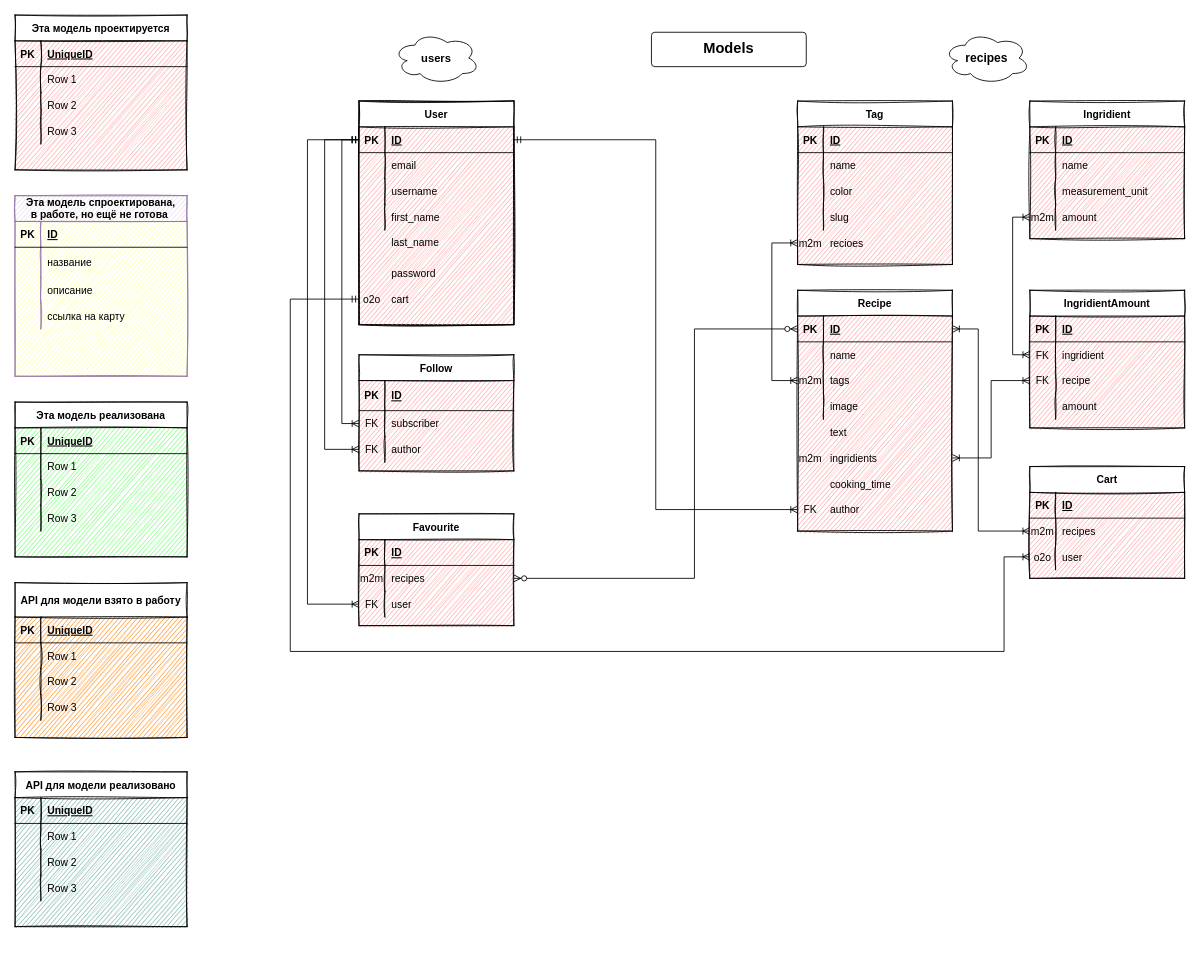
evi1ghost/foodgram-project-react keeps this draw.io diagram as backend/db_schema.drawio. Above is the earlier version. Source tidied: cells renumbered, new cells numbered last; positions are measured from the earlier drawing's top-left corner, leaving out a move shared by most shapes. Both pictures are drawn from the tidied source at 86%, with x=0, y=0 at pixel (15, 15).
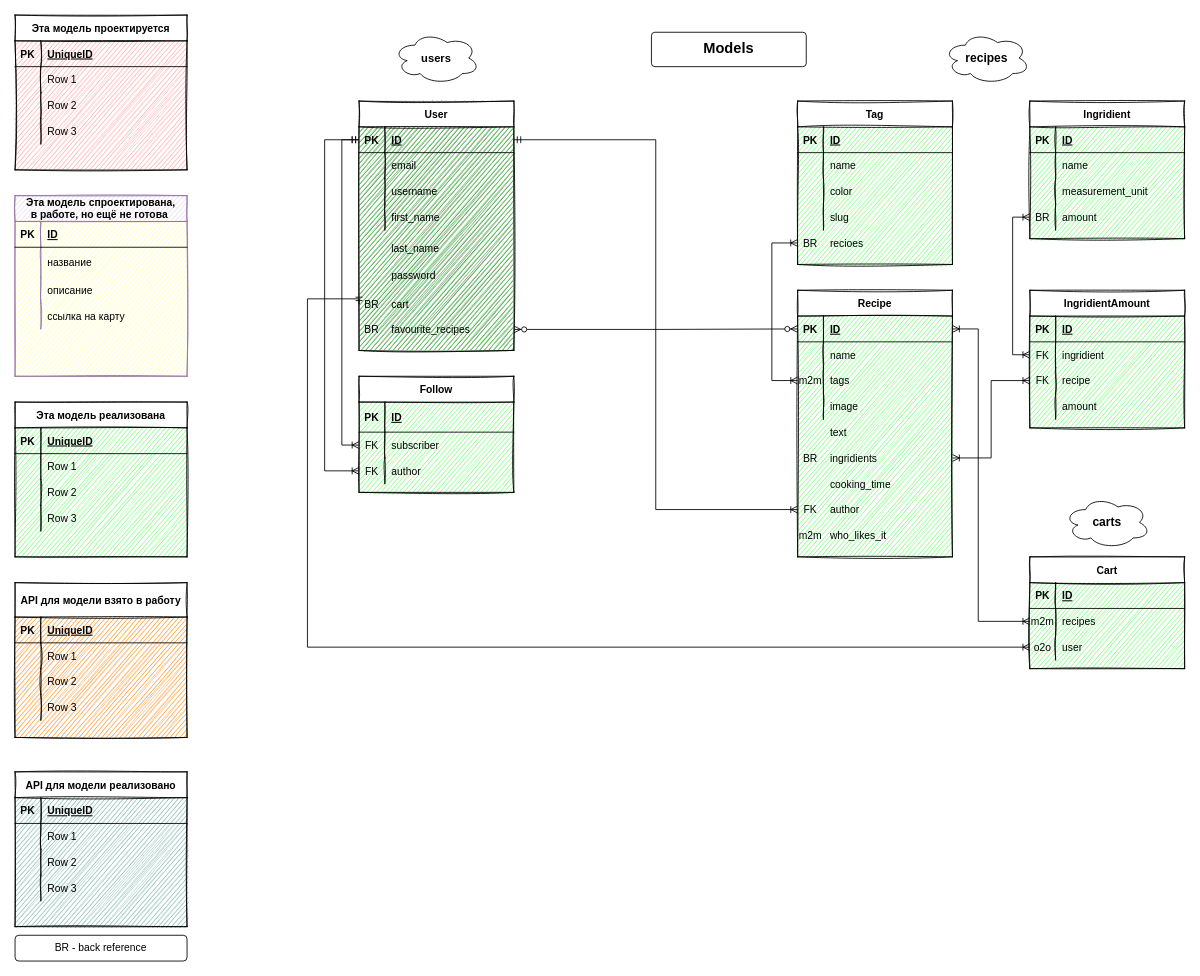
The same page after the edit.

Unchanged cells that the change refers to:
```xml
<mxCell id="25" style="shape=partialRectangle;fillColor=none;top=0;left=0;bottom=0;right=0;points=[[0,0.5],[1,0.5]];portConstraint=eastwest;" parent="15" vertex="1">
  <mxGeometry y="120" width="180" height="30" as="geometry" />
</mxCell>
<mxCell id="30" style="shape=partialRectangle;fillColor=none;top=0;left=0;bottom=1;right=0;points=[[0,0.5],[1,0.5]];portConstraint=eastwest;" parent="29" vertex="1">
  <mxGeometry y="30" width="180" height="30" as="geometry" />
</mxCell>
<mxCell id="72" style="shape=partialRectangle;fillColor=none;top=0;left=0;bottom=1;right=0;points=[[0,0.5],[1,0.5]];portConstraint=eastwest;" parent="71" vertex="1">
  <mxGeometry y="30" width="180" height="30" as="geometry" />
</mxCell>
<mxCell id="87" style="shape=partialRectangle;fillColor=none;top=0;left=0;bottom=0;right=0;points=[[0,0.5],[1,0.5]];portConstraint=eastwest;" parent="1" vertex="1">
  <mxGeometry x="910" y="500" width="180" height="30" as="geometry" />
</mxCell>
<mxCell id="97" style="shape=partialRectangle;fillColor=none;top=0;left=0;bottom=0;right=0;points=[[0,0.5],[1,0.5]];portConstraint=eastwest;" parent="1" vertex="1">
  <mxGeometry x="910" y="250" width="180" height="30" as="geometry" />
</mxCell>
<mxCell id="185" style="shape=partialRectangle;fillColor=none;top=0;left=0;bottom=0;right=0;points=[[0,0.5],[1,0.5]];portConstraint=eastwest;" parent="178" vertex="1">
  <mxGeometry y="90" width="180" height="30" as="geometry" />
</mxCell>
```

The edit, as a diff of the source:
```diff
@@
-    <mxCell id="2" value="Tag" style="shape=table;startSize=30;childLayout=tableLayout;rowLines=0;fontStyle=1;align=center;rounded=0;swimlaneFillColor=#FF9999;sketch=1;" parent="1" vertex="1">
+    <mxCell id="2" value="Tag" style="shape=table;startSize=30;childLayout=tableLayout;rowLines=0;fontStyle=1;align=center;rounded=0;swimlaneFillColor=#66FF66;sketch=1;" parent="1" vertex="1">
       <mxGeometry x="910" y="100" width="180" height="190" as="geometry" />
     </mxCell>
@@
-    <mxCell id="15" value="Ingridient" style="shape=table;startSize=30;childLayout=tableLayout;rowLines=0;fontStyle=1;align=center;rounded=0;swimlaneFillColor=#FF9999;sketch=1;" parent="1" vertex="1">
+    <mxCell id="15" value="Ingridient" style="shape=table;startSize=30;childLayout=tableLayout;rowLines=0;fontStyle=1;align=center;rounded=0;swimlaneFillColor=#66FF66;sketch=1;" parent="1" vertex="1">
       <mxGeometry x="1180" y="100" width="180" height="160" as="geometry" />
     </mxCell>
@@
-    <mxCell id="26" value="m2m" style="shape=partialRectangle;fillColor=none;top=0;left=0;bottom=0;right=0;overflow=hidden;" parent="25" vertex="1">
+    <mxCell id="26" value="BR" style="shape=partialRectangle;fillColor=none;top=0;left=0;bottom=0;right=0;overflow=hidden;" parent="25" vertex="1">
       <mxGeometry width="30" height="30" as="geometry" />
     </mxCell>
@@
-    <mxCell id="28" style="group;rounded=0;fontStyle=1;verticalAlign=middle;strokeColor=#000000;fillColor=#ffffff;swimlaneFillColor=#FF9999;startSize=30;sketch=1;" parent="1" vertex="1">
-      <mxGeometry x="400" y="100" width="180" height="260" as="geometry" />
+    <mxCell id="28" style="group;rounded=0;fontStyle=1;verticalAlign=middle;strokeColor=#f0f0f0;fillColor=#2a2a2a;swimlaneFillColor=#66FF66;startSize=30;sketch=1;" parent="1" vertex="1">
+      <mxGeometry x="400" y="100" width="180" height="290" as="geometry" />
     </mxCell>
-    <mxCell id="29" value="User" style="shape=table;startSize=30;childLayout=tableLayout;rowLines=0;fontStyle=1;align=center;rounded=0;swimlaneFillColor=#FF9999;sketch=1;" parent="28" vertex="1">
-      <mxGeometry width="180" height="260" as="geometry" />
+    <mxCell id="29" value="User" style="shape=table;startSize=30;childLayout=tableLayout;rowLines=0;fontStyle=1;align=center;rounded=0;swimlaneFillColor=#66FF66;sketch=1;" parent="28" vertex="1">
+      <mxGeometry width="180" height="290" as="geometry" />
     </mxCell>
@@
     <mxCell id="42" style="shape=partialRectangle;fillColor=none;top=0;left=0;bottom=0;right=0;align=left;spacingLeft=6;overflow=hidden;" parent="28" vertex="1">
-      <mxGeometry x="30" y="218.4" width="150" height="31.2" as="geometry" />
+      <mxGeometry x="30" y="222.8" width="150" height="34.8" as="geometry" />
     </mxCell>
     <mxCell id="43" style="shape=partialRectangle;fillColor=none;top=0;left=0;bottom=0;right=0;overflow=hidden;" parent="28" vertex="1">
-      <mxGeometry y="187.2" width="30" height="31.2" as="geometry" />
+      <mxGeometry y="188" width="30" height="34.8" as="geometry" />
     </mxCell>
     <mxCell id="44" style="shape=partialRectangle;fillColor=none;top=0;left=0;bottom=0;right=0;overflow=hidden;" parent="28" vertex="1">
-      <mxGeometry y="218.4" width="30" height="31.2" as="geometry" />
+      <mxGeometry y="222.8" width="30" height="34.8" as="geometry" />
     </mxCell>
     <mxCell id="45" style="shape=partialRectangle;fillColor=none;top=0;left=0;bottom=0;right=0;overflow=hidden;" parent="28" vertex="1">
-      <mxGeometry y="166.4" width="30" height="31.2" as="geometry" />
+      <mxGeometry y="164.8" width="30" height="34.8" as="geometry" />
     </mxCell>
     <mxCell id="46" style="shape=partialRectangle;fillColor=none;top=0;left=0;bottom=0;right=0;overflow=hidden;" parent="28" vertex="1">
-      <mxGeometry y="218.4" width="30" height="31.2" as="geometry" />
+      <mxGeometry y="222.8" width="30" height="34.8" as="geometry" />
     </mxCell>
     <mxCell id="47" style="shape=partialRectangle;fillColor=none;top=0;left=0;bottom=0;right=0;" parent="28" vertex="1">
-      <mxGeometry y="184.1" width="180" height="31.2" as="geometry" />
+      <mxGeometry y="184.5" width="180" height="34.8" as="geometry" />
     </mxCell>
     <mxCell id="48" style="shape=partialRectangle;fillColor=none;top=0;left=0;bottom=0;right=0;overflow=hidden;" parent="47" vertex="1">
-      <mxGeometry width="30" height="31.2" as="geometry" />
+      <mxGeometry width="30" height="34.8" as="geometry" />
     </mxCell>
     <mxCell id="49" value="password" style="shape=partialRectangle;fillColor=none;top=0;left=0;bottom=0;right=0;align=left;spacingLeft=6;overflow=hidden;" parent="47" vertex="1">
-      <mxGeometry x="30" width="150" height="31.2" as="geometry" />
+      <mxGeometry x="30" width="150" height="34.8" as="geometry" />
     </mxCell>
+    <mxCell id="53" style="shape=partialRectangle;fillColor=none;top=0;left=0;bottom=0;right=0;points=[[0,0.5],[1,0.5]];portConstraint=eastwest;" parent="28" vertex="1">
+      <mxGeometry y="219.3" width="180" height="33.5" as="geometry" />
+    </mxCell>
+    <mxCell id="54" value="BR" style="shape=partialRectangle;fillColor=none;top=0;left=0;bottom=0;right=0;overflow=hidden;" parent="53" vertex="1">
+      <mxGeometry width="30" height="33.5" as="geometry" />
+    </mxCell>
+    <mxCell id="55" value="cart" style="shape=partialRectangle;fillColor=none;top=0;left=0;bottom=0;right=0;align=left;spacingLeft=6;overflow=hidden;" parent="53" vertex="1">
+      <mxGeometry x="30" width="150" height="33.5" as="geometry" />
+    </mxCell>
     <mxCell id="50" style="shape=partialRectangle;fillColor=none;top=0;left=0;bottom=0;right=0;" parent="28" vertex="1">
-      <mxGeometry y="148.7" width="180" height="31.2" as="geometry" />
+      <mxGeometry y="153.2" width="180" height="34.8" as="geometry" />
     </mxCell>
     <mxCell id="51" style="shape=partialRectangle;fillColor=none;top=0;left=0;bottom=0;right=0;overflow=hidden;" parent="50" vertex="1">
-      <mxGeometry width="30" height="31.2" as="geometry" />
+      <mxGeometry width="30" height="34.8" as="geometry" />
     </mxCell>
     <mxCell id="52" value="last_name" style="shape=partialRectangle;fillColor=none;top=0;left=0;bottom=0;right=0;align=left;spacingLeft=6;overflow=hidden;" parent="50" vertex="1">
-      <mxGeometry x="30" width="150" height="31.2" as="geometry" />
+      <mxGeometry x="30" width="150" height="34.8" as="geometry" />
     </mxCell>
-    <mxCell id="53" style="shape=partialRectangle;fillColor=none;top=0;left=0;bottom=0;right=0;points=[[0,0.5],[1,0.5]];portConstraint=eastwest;" parent="28" vertex="1">
-      <mxGeometry y="215.3" width="180" height="30" as="geometry" />
-    </mxCell>
-    <mxCell id="54" value="o2o" style="shape=partialRectangle;fillColor=none;top=0;left=0;bottom=0;right=0;overflow=hidden;" parent="53" vertex="1">
-      <mxGeometry width="30" height="30" as="geometry" />
-    </mxCell>
-    <mxCell id="55" value="cart" style="shape=partialRectangle;fillColor=none;top=0;left=0;bottom=0;right=0;align=left;spacingLeft=6;overflow=hidden;" parent="53" vertex="1">
-      <mxGeometry x="30" width="150" height="30" as="geometry" />
-    </mxCell>
+    <mxCell id="205" style="shape=partialRectangle;fillColor=none;top=0;left=0;bottom=0;right=0;points=[[0,0.5],[1,0.5]];portConstraint=eastwest;" parent="28" vertex="1">
+      <mxGeometry y="248.8" width="180" height="33.5" as="geometry" />
+    </mxCell>
+    <mxCell id="206" value="BR" style="shape=partialRectangle;fillColor=none;top=0;left=0;bottom=0;right=0;overflow=hidden;" parent="205" vertex="1">
+      <mxGeometry width="30" height="33.5" as="geometry" />
+    </mxCell>
+    <mxCell id="207" value="favourite_recipes" style="shape=partialRectangle;fillColor=none;top=0;left=0;bottom=0;right=0;align=left;spacingLeft=6;overflow=hidden;" parent="205" vertex="1">
+      <mxGeometry x="30" width="150" height="33.5" as="geometry" />
+    </mxCell>
-    <mxCell id="56" value="IngridientAmount" style="shape=table;startSize=30;childLayout=tableLayout;rowLines=0;fontStyle=1;align=center;rounded=0;swimlaneFillColor=#FF9999;sketch=1;" parent="1" vertex="1">
+    <mxCell id="56" value="IngridientAmount" style="shape=table;startSize=30;childLayout=tableLayout;rowLines=0;fontStyle=1;align=center;rounded=0;swimlaneFillColor=#66FF66;sketch=1;" parent="1" vertex="1">
       <mxGeometry x="1180" y="320" width="180" height="160" as="geometry" />
     </mxCell>
@@
-    <mxCell id="71" value="Recipe" style="shape=table;startSize=30;childLayout=tableLayout;rowLines=0;fontStyle=1;align=center;rounded=0;swimlaneFillColor=#FF9999;sketch=1;" parent="1" vertex="1">
-      <mxGeometry x="910" y="320" width="180" height="280" as="geometry" />
+    <mxCell id="71" value="Recipe" style="shape=table;startSize=30;childLayout=tableLayout;rowLines=0;fontStyle=1;align=center;rounded=0;swimlaneFillColor=#66FF66;sketch=1;" parent="1" vertex="1">
+      <mxGeometry x="910" y="320" width="180" height="310" as="geometry" />
     </mxCell>
@@
-    <mxCell id="88" value="m2m" style="shape=partialRectangle;fillColor=none;top=0;left=0;bottom=0;right=0;overflow=hidden;" parent="87" vertex="1">
+    <mxCell id="88" value="BR" style="shape=partialRectangle;fillColor=none;top=0;left=0;bottom=0;right=0;overflow=hidden;" parent="87" vertex="1">
       <mxGeometry width="30" height="30" as="geometry" />
     </mxCell>
@@
-    <mxCell id="98" value="m2m" style="shape=partialRectangle;fillColor=none;top=0;left=0;bottom=0;right=0;overflow=hidden;" parent="97" vertex="1">
+    <mxCell id="98" value="BR" style="shape=partialRectangle;fillColor=none;top=0;left=0;bottom=0;right=0;overflow=hidden;" parent="97" vertex="1">
       <mxGeometry width="30" height="30" as="geometry" />
     </mxCell>
@@
-    <mxCell id="166" value="Follow" style="shape=table;startSize=30;childLayout=tableLayout;rowLines=0;fontStyle=1;align=center;rounded=0;swimlaneFillColor=#FF9999;sketch=1;" parent="1" vertex="1">
-      <mxGeometry x="400" y="395" width="180" height="135" as="geometry" />
+    <mxCell id="166" value="Follow" style="shape=table;startSize=30;childLayout=tableLayout;rowLines=0;fontStyle=1;align=center;rounded=0;swimlaneFillColor=#66FF66;sketch=1;" parent="1" vertex="1">
+      <mxGeometry x="400" y="420" width="180" height="135" as="geometry" />
     </mxCell>
@@
-    <mxCell id="178" value="Cart" style="shape=table;startSize=30;childLayout=tableLayout;rowLines=0;fontStyle=1;align=center;rounded=0;swimlaneFillColor=#FF9999;sketch=1;" parent="1" vertex="1">
-      <mxGeometry x="1180" y="525" width="180" height="130" as="geometry" />
+    <mxCell id="178" value="Cart" style="shape=table;startSize=30;childLayout=tableLayout;rowLines=0;fontStyle=1;align=center;rounded=0;swimlaneFillColor=#66FF66;sketch=1;" parent="1" vertex="1">
+      <mxGeometry x="1180" y="630" width="180" height="130" as="geometry" />
     </mxCell>
@@
-    <mxCell id="188" value="Favourite" style="shape=table;startSize=30;childLayout=tableLayout;rowLines=0;fontStyle=1;align=center;rounded=0;swimlaneFillColor=#FF9999;sketch=1;" parent="1" vertex="1">
-      <mxGeometry x="400" y="580" width="180" height="130" as="geometry" />
-    </mxCell>
-    <mxCell id="189" style="shape=partialRectangle;fillColor=none;top=0;left=0;bottom=1;right=0;" parent="188" vertex="1">
-      <mxGeometry y="30" width="180" height="30" as="geometry" />
-    </mxCell>
-    <mxCell id="190" value="PK" style="shape=partialRectangle;fillColor=none;top=0;left=0;bottom=0;right=0;fontStyle=1;overflow=hidden;" parent="189" vertex="1">
-      <mxGeometry width="30" height="30" as="geometry" />
-    </mxCell>
-    <mxCell id="191" value="ID" style="shape=partialRectangle;fillColor=none;top=0;left=0;bottom=0;right=0;align=left;spacingLeft=6;fontStyle=5;overflow=hidden;" parent="189" vertex="1">
-      <mxGeometry x="30" width="150" height="30" as="geometry" />
-    </mxCell>
-    <mxCell id="192" style="shape=partialRectangle;fillColor=none;top=0;left=0;bottom=0;right=0;points=[[0,0.5],[1,0.5]];portConstraint=eastwest;" parent="188" vertex="1">
-      <mxGeometry y="60" width="180" height="30" as="geometry" />
-    </mxCell>
-    <mxCell id="193" value="m2m" style="shape=partialRectangle;fillColor=none;top=0;left=0;bottom=0;right=0;overflow=hidden;" parent="192" vertex="1">
-      <mxGeometry width="30" height="30" as="geometry" />
-    </mxCell>
-    <mxCell id="194" value="recipes" style="shape=partialRectangle;fillColor=none;top=0;left=0;bottom=0;right=0;align=left;spacingLeft=6;overflow=hidden;" parent="192" vertex="1">
-      <mxGeometry x="30" width="150" height="30" as="geometry" />
-    </mxCell>
-    <mxCell id="195" style="shape=partialRectangle;fillColor=none;top=0;left=0;bottom=0;right=0;points=[[0,0.5],[1,0.5]];portConstraint=eastwest;" parent="188" vertex="1">
-      <mxGeometry y="90" width="180" height="30" as="geometry" />
-    </mxCell>
-    <mxCell id="196" value="FK" style="shape=partialRectangle;fillColor=none;top=0;left=0;bottom=0;right=0;overflow=hidden;" parent="195" vertex="1">
-      <mxGeometry width="30" height="30" as="geometry" />
-    </mxCell>
-    <mxCell id="197" value="user" style="shape=partialRectangle;fillColor=none;top=0;left=0;bottom=0;right=0;align=left;spacingLeft=6;overflow=hidden;" parent="195" vertex="1">
-      <mxGeometry x="30" width="150" height="30" as="geometry" />
-    </mxCell>
-    <mxCell id="198" style="edgeStyle=elbowEdgeStyle;fontSize=12;html=1;endArrow=ERoneToMany;startArrow=ERmandOne;rounded=0;entryX=0;entryY=0.5;entryDx=0;entryDy=0;exitX=0;exitY=0.5;exitDx=0;exitDy=0;" parent="1" edge="1" source="30" target="195">
-      <mxGeometry relative="1" as="geometry">
-        <Array as="points">
-          <mxPoint x="340" y="420" />
-          <mxPoint x="296" y="335" />
-        </Array>
-      </mxGeometry>
-    </mxCell>
-    <mxCell id="199" style="edgeStyle=elbowEdgeStyle;fontSize=12;html=1;endArrow=ERzeroToMany;endFill=1;startArrow=ERzeroToMany;rounded=0;exitX=1;exitY=0.5;exitDx=0;exitDy=0;entryX=0;entryY=0.5;entryDx=0;entryDy=0;" parent="1" edge="1" source="192" target="72">
+    <mxCell id="199" style="edgeStyle=elbowEdgeStyle;fontSize=12;html=1;endArrow=ERzeroToMany;endFill=1;startArrow=ERzeroToMany;rounded=0;exitX=1;exitY=0.5;exitDx=0;exitDy=0;entryX=0;entryY=0.5;entryDx=0;entryDy=0;" parent="1" edge="1" source="205" target="72">
       <mxGeometry relative="1" as="geometry">
         <Array as="points">
-          <mxPoint x="790" y="510" />
+          <mxPoint x="750" y="370" />
         </Array>
       </mxGeometry>
     </mxCell>
     <mxCell id="200" style="edgeStyle=orthogonalEdgeStyle;fontSize=12;html=1;endArrow=ERoneToMany;startArrow=ERmandOne;rounded=0;elbow=vertical;exitX=0;exitY=0.5;exitDx=0;exitDy=0;entryX=0;entryY=0.5;entryDx=0;entryDy=0;" parent="1" edge="1" source="53" target="185">
       <mxGeometry relative="1" as="geometry">
         <Array as="points">
-          <mxPoint x="320" y="330" />
-          <mxPoint x="320" y="740" />
-          <mxPoint x="1150" y="740" />
-          <mxPoint x="1150" y="630" />
+          <mxPoint x="400" y="330" />
+          <mxPoint x="340" y="330" />
+          <mxPoint x="340" y="735" />
         </Array>
       </mxGeometry>
     </mxCell>
@@
+    <mxCell id="208" value="BR - back reference" style="rounded=1;whiteSpace=wrap;html=1;" parent="1" vertex="1">
+      <mxGeometry y="1070" width="200" height="30" as="geometry" />
+    </mxCell>
+    <mxCell id="209" value="&lt;b&gt;&lt;font style=&quot;font-size: 14px&quot;&gt;carts&lt;/font&gt;&lt;/b&gt;" style="ellipse;shape=cloud;whiteSpace=wrap;html=1;align=center;" parent="1" vertex="1">
+      <mxGeometry x="1220" y="560" width="100" height="60" as="geometry" />
+    </mxCell>
+    <mxCell id="210" style="shape=partialRectangle;fillColor=none;top=0;left=0;bottom=0;right=0;" parent="1" vertex="1">
+      <mxGeometry x="910" y="590" width="180" height="30" as="geometry" />
+    </mxCell>
+    <mxCell id="193" value="m2m" style="shape=partialRectangle;fillColor=none;top=0;left=0;bottom=0;right=0;overflow=hidden;" parent="210" vertex="1">
+      <mxGeometry width="30" height="30" as="geometry" />
+    </mxCell>
+    <mxCell id="211" value="who_likes_it" style="shape=partialRectangle;fillColor=none;top=0;left=0;bottom=0;right=0;align=left;spacingLeft=6;overflow=hidden;" parent="210" vertex="1">
+      <mxGeometry x="30" width="150" height="30" as="geometry" />
+    </mxCell>
```
